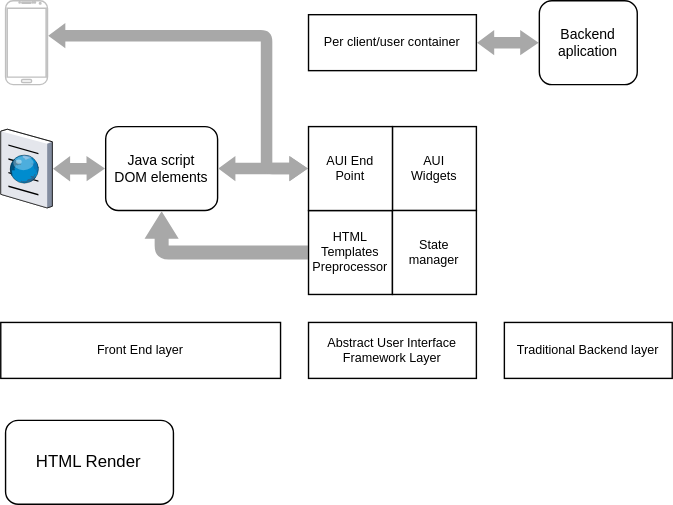
eormeno/projects keeps this draw.io diagram as draws/Architecture.svg. Above is the earlier version. Source tidied: cells renumbered, new cells last; positions are measured from the earlier drawing's top-left corner, leaving out a move shared by most shapes.
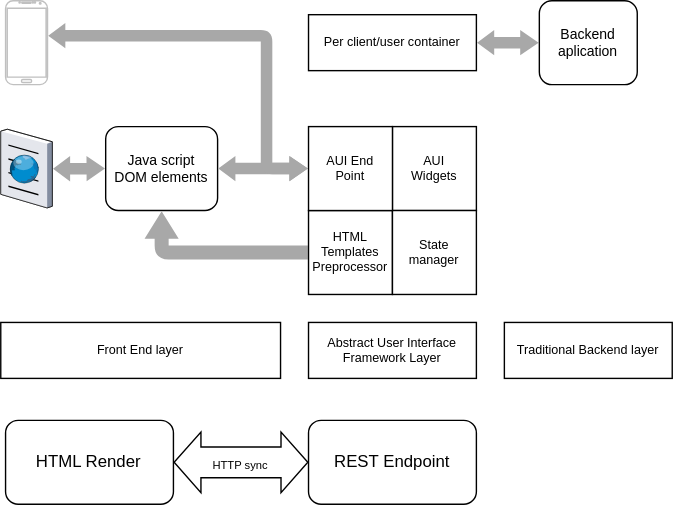
After the commit.

What changed in the source:
```diff
@@ -65,5 +65,16 @@
     <mxCell id="19" value="HTML Render" style="rounded=1;whiteSpace=wrap;html=1;" parent="1" vertex="1">
       <mxGeometry x="3.4" y="300" width="120" height="60" as="geometry" />
     </mxCell>
+    <mxCell id="20" value="REST Endpoint" style="rounded=1;whiteSpace=wrap;html=1;" parent="1" vertex="1">
+      <mxGeometry x="220" y="300" width="120" height="60" as="geometry" />
+    </mxCell>
+    <mxCell id="21" style="shape=flexArrow;endArrow=classic;startArrow=classic;html=1;rounded=0;startWidth=20.4;startSize=6.056;endWidth=20.4;endSize=6.056;width=22;fillColor=default;" parent="1" edge="1" source="19" target="20">
+      <mxGeometry relative="1" as="geometry" />
+    </mxCell>
+    <mxCell id="22" value="&lt;font style=&quot;font-size: 8px;&quot;&gt;HTTP sync&lt;/font&gt;" style="edgeLabel;html=1;align=center;verticalAlign=middle;" parent="21" vertex="1">
+      <mxGeometry x="-0.13" y="1" relative="1" as="geometry">
+        <mxPoint x="5" y="1" as="offset" />
+      </mxGeometry>
+    </mxCell>
   </root>
 </mxGraphModel>
```
